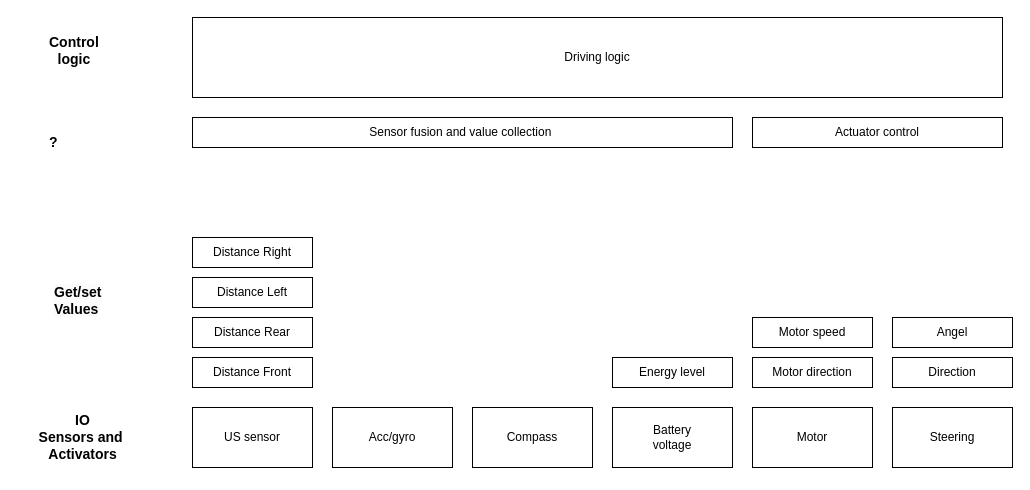
Earlier version of the draw.io diagram page "Layers" (1 of 3) of doc/atmt-architecture.drawio (teddycool/atmt). Source tidied: cells renumbered, new cells numbered last; positions are measured from the earlier drawing's top-left corner, leaving out a move shared by most shapes. Both pictures are drawn from the tidied source at 100%, with x=0, y=0 at pixel (27, 17).
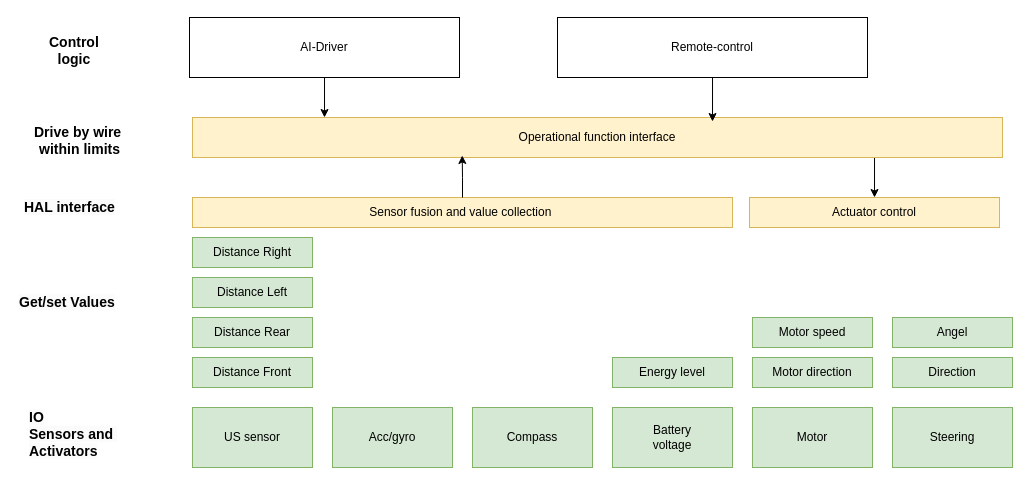
The same diagram, later.

Change to the diagram source:
```diff
@@
-    <mxCell id="2" value="US sensor" style="rounded=0;whiteSpace=wrap;html=1;" parent="1" vertex="1">
+    <mxCell id="2" value="US sensor" style="rounded=0;whiteSpace=wrap;html=1;fillColor=#d5e8d4;strokeColor=#82b366;" parent="1" vertex="1">
       <mxGeometry x="165" y="390" width="120" height="60" as="geometry" />
     </mxCell>
-    <mxCell id="3" value="&lt;b style=&quot;font-size: 14px;&quot;&gt;IO&lt;br&gt;Sensors and&amp;nbsp;&lt;br&gt;Activators&lt;/b&gt;" style="text;html=1;align=center;verticalAlign=middle;strokeColor=none;fillColor=none;" parent="1" vertex="1">
-      <mxGeometry y="390" width="110" height="60" as="geometry" />
-    </mxCell>
-    <mxCell id="4" value="&lt;b style=&quot;forced-color-adjust: none; color: rgb(0, 0, 0); font-family: Helvetica; font-style: normal; font-variant-ligatures: normal; font-variant-caps: normal; letter-spacing: normal; orphans: 2; text-align: center; text-indent: 0px; text-transform: none; widows: 2; word-spacing: 0px; -webkit-text-stroke-width: 0px; white-space: nowrap; background-color: rgb(251, 251, 251); text-decoration-thickness: initial; text-decoration-style: initial; text-decoration-color: initial; font-size: 14px;&quot;&gt;Get/set &lt;br&gt;Values&lt;/b&gt;" style="text;whiteSpace=wrap;html=1;" parent="1" vertex="1">
-      <mxGeometry x="25" y="260" width="90" height="40" as="geometry" />
-    </mxCell>
-    <mxCell id="5" value="Acc/gyro" style="rounded=0;whiteSpace=wrap;html=1;" parent="1" vertex="1">
+    <mxCell id="5" value="Acc/gyro" style="rounded=0;whiteSpace=wrap;html=1;fillColor=#d5e8d4;strokeColor=#82b366;" parent="1" vertex="1">
       <mxGeometry x="305" y="390" width="120" height="60" as="geometry" />
     </mxCell>
-    <mxCell id="6" value="Compass" style="rounded=0;whiteSpace=wrap;html=1;" parent="1" vertex="1">
+    <mxCell id="6" value="Compass" style="rounded=0;whiteSpace=wrap;html=1;fillColor=#d5e8d4;strokeColor=#82b366;" parent="1" vertex="1">
       <mxGeometry x="445" y="390" width="120" height="60" as="geometry" />
     </mxCell>
-    <mxCell id="7" value="Battery&lt;br&gt;voltage" style="rounded=0;whiteSpace=wrap;html=1;" parent="1" vertex="1">
+    <mxCell id="7" value="Battery&lt;br&gt;voltage" style="rounded=0;whiteSpace=wrap;html=1;fillColor=#d5e8d4;strokeColor=#82b366;" parent="1" vertex="1">
       <mxGeometry x="585" y="390" width="120" height="60" as="geometry" />
     </mxCell>
-    <mxCell id="8" style="edgeStyle=orthogonalEdgeStyle;rounded=0;jettySize=auto;html=1;exitX=0.5;exitY=0;exitDx=0;exitDy=0;" parent="1" edge="1" source="9">
+    <mxCell id="8" style="edgeStyle=orthogonalEdgeStyle;rounded=0;jettySize=auto;html=1;exitX=0.5;exitY=0;exitDx=0;exitDy=0;fillColor=#d5e8d4;strokeColor=#82b366;" parent="1" edge="1" source="9">
       <mxGeometry relative="1" as="geometry">
         <mxPoint x="225" y="220" as="targetPoint" />
       </mxGeometry>
     </mxCell>
-    <mxCell id="9" value="Distance Right" style="rounded=0;whiteSpace=wrap;html=1;" parent="1" vertex="1">
+    <mxCell id="9" value="Distance Right" style="rounded=0;whiteSpace=wrap;html=1;fillColor=#d5e8d4;strokeColor=#82b366;" parent="1" vertex="1">
       <mxGeometry x="165" y="220" width="120" height="30" as="geometry" />
     </mxCell>
-    <mxCell id="10" value="Motor" style="rounded=0;whiteSpace=wrap;html=1;" parent="1" vertex="1">
+    <mxCell id="10" value="Motor" style="rounded=0;whiteSpace=wrap;html=1;fillColor=#d5e8d4;strokeColor=#82b366;" parent="1" vertex="1">
       <mxGeometry x="725" y="390" width="120" height="60" as="geometry" />
     </mxCell>
-    <mxCell id="11" value="Steering" style="rounded=0;whiteSpace=wrap;html=1;" parent="1" vertex="1">
+    <mxCell id="11" value="Steering" style="rounded=0;whiteSpace=wrap;html=1;fillColor=#d5e8d4;strokeColor=#82b366;" parent="1" vertex="1">
       <mxGeometry x="865" y="390" width="120" height="60" as="geometry" />
     </mxCell>
-    <mxCell id="12" value="&lt;div style=&quot;text-align: center;&quot;&gt;&lt;span style=&quot;background-color: initial; font-size: 14px; text-wrap: nowrap;&quot;&gt;&lt;b&gt;?&lt;/b&gt;&lt;/span&gt;&lt;/div&gt;" style="text;whiteSpace=wrap;html=1;" parent="1" vertex="1">
-      <mxGeometry x="20" y="110" width="90" height="40" as="geometry" />
+    <mxCell id="12" value="&lt;div style=&quot;text-align: center;&quot;&gt;&lt;span style=&quot;background-color: initial; font-size: 14px; text-wrap: nowrap;&quot;&gt;&lt;b&gt;Drive by wire&lt;br&gt;&amp;nbsp;within limits&lt;/b&gt;&lt;/span&gt;&lt;/div&gt;" style="text;whiteSpace=wrap;html=1;" parent="1" vertex="1">
+      <mxGeometry x="5" y="100" width="90" height="40" as="geometry" />
     </mxCell>
-    <mxCell id="13" value="Distance Left" style="rounded=0;whiteSpace=wrap;html=1;" parent="1" vertex="1">
+    <mxCell id="13" value="Distance Left" style="rounded=0;whiteSpace=wrap;html=1;fillColor=#d5e8d4;strokeColor=#82b366;" parent="1" vertex="1">
       <mxGeometry x="165" y="260" width="120" height="30" as="geometry" />
     </mxCell>
-    <mxCell id="14" value="Distance Rear" style="rounded=0;whiteSpace=wrap;html=1;" parent="1" vertex="1">
+    <mxCell id="14" value="Distance Rear" style="rounded=0;whiteSpace=wrap;html=1;fillColor=#d5e8d4;strokeColor=#82b366;" parent="1" vertex="1">
       <mxGeometry x="165" y="300" width="120" height="30" as="geometry" />
     </mxCell>
-    <mxCell id="15" value="Distance Front" style="rounded=0;whiteSpace=wrap;html=1;" parent="1" vertex="1">
+    <mxCell id="15" value="Distance Front" style="rounded=0;whiteSpace=wrap;html=1;fillColor=#d5e8d4;strokeColor=#82b366;" parent="1" vertex="1">
       <mxGeometry x="165" y="340" width="120" height="30" as="geometry" />
     </mxCell>
-    <mxCell id="16" value="Motor speed" style="rounded=0;whiteSpace=wrap;html=1;" parent="1" vertex="1">
+    <mxCell id="16" value="Motor speed" style="rounded=0;whiteSpace=wrap;html=1;fillColor=#d5e8d4;strokeColor=#82b366;" parent="1" vertex="1">
       <mxGeometry x="725" y="300" width="120" height="30" as="geometry" />
     </mxCell>
-    <mxCell id="17" value="Motor direction" style="rounded=0;whiteSpace=wrap;html=1;" parent="1" vertex="1">
+    <mxCell id="17" value="Motor direction" style="rounded=0;whiteSpace=wrap;html=1;fillColor=#d5e8d4;strokeColor=#82b366;" parent="1" vertex="1">
       <mxGeometry x="725" y="340" width="120" height="30" as="geometry" />
     </mxCell>
-    <mxCell id="18" value="Direction" style="rounded=0;whiteSpace=wrap;html=1;" parent="1" vertex="1">
+    <mxCell id="18" value="Direction" style="rounded=0;whiteSpace=wrap;html=1;fillColor=#d5e8d4;strokeColor=#82b366;" parent="1" vertex="1">
       <mxGeometry x="865" y="340" width="120" height="30" as="geometry" />
     </mxCell>
-    <mxCell id="19" value="Angel" style="rounded=0;whiteSpace=wrap;html=1;" parent="1" vertex="1">
+    <mxCell id="19" value="Angel" style="rounded=0;whiteSpace=wrap;html=1;fillColor=#d5e8d4;strokeColor=#82b366;" parent="1" vertex="1">
       <mxGeometry x="865" y="300" width="120" height="30" as="geometry" />
     </mxCell>
-    <mxCell id="20" value="Energy level" style="rounded=0;whiteSpace=wrap;html=1;" parent="1" vertex="1">
+    <mxCell id="20" value="Energy level" style="rounded=0;whiteSpace=wrap;html=1;fillColor=#d5e8d4;strokeColor=#82b366;" parent="1" vertex="1">
       <mxGeometry x="585" y="340" width="120" height="30" as="geometry" />
     </mxCell>
@@
-    <mxCell id="22" value="Sensor fusion and value collection&amp;nbsp;" style="rounded=0;whiteSpace=wrap;html=1;" parent="1" vertex="1">
-      <mxGeometry x="165" y="100" width="540" height="30" as="geometry" />
+    <mxCell id="22" value="Sensor fusion and value collection&amp;nbsp;" style="rounded=0;whiteSpace=wrap;html=1;fillColor=#fff2cc;strokeColor=#d6b656;" parent="1" vertex="1">
+      <mxGeometry x="165" y="180" width="540" height="30" as="geometry" />
     </mxCell>
-    <mxCell id="23" value="Actuator control" style="rounded=0;whiteSpace=wrap;html=1;" parent="1" vertex="1">
-      <mxGeometry x="725" y="100" width="250" height="30" as="geometry" />
+    <mxCell id="23" value="Actuator control" style="rounded=0;whiteSpace=wrap;html=1;fillColor=#fff2cc;strokeColor=#d6b656;" parent="1" vertex="1">
+      <mxGeometry x="722" y="180" width="250" height="30" as="geometry" />
     </mxCell>
+    <mxCell id="25" style="edgeStyle=orthogonalEdgeStyle;rounded=0;jettySize=auto;html=1;exitX=0.842;exitY=0.975;exitDx=0;exitDy=0;exitPerimeter=0;" parent="1" edge="1" source="24" target="23">
+      <mxGeometry relative="1" as="geometry" />
+    </mxCell>
-    <mxCell id="24" value="Driving logic" style="rounded=0;whiteSpace=wrap;html=1;" parent="1" vertex="1">
-      <mxGeometry x="165" width="810" height="80" as="geometry" />
+    <mxCell id="24" value="Operational function interface" style="rounded=0;whiteSpace=wrap;html=1;fillColor=#fff2cc;strokeColor=#d6b656;" parent="1" vertex="1">
+      <mxGeometry x="165" y="100" width="810" height="40" as="geometry" />
     </mxCell>
+    <mxCell id="26" value="AI-Driver" style="rounded=0;whiteSpace=wrap;html=1;" parent="1" vertex="1">
+      <mxGeometry x="162" width="270" height="60" as="geometry" />
+    </mxCell>
+    <mxCell id="27" value="Remote-control" style="rounded=0;whiteSpace=wrap;html=1;" parent="1" vertex="1">
+      <mxGeometry x="530" width="310" height="60" as="geometry" />
+    </mxCell>
+    <mxCell id="28" style="edgeStyle=orthogonalEdgeStyle;rounded=0;jettySize=auto;html=1;entryX=0.163;entryY=0;entryDx=0;entryDy=0;entryPerimeter=0;" parent="1" edge="1" source="26" target="24">
+      <mxGeometry relative="1" as="geometry" />
+    </mxCell>
+    <mxCell id="29" style="edgeStyle=orthogonalEdgeStyle;rounded=0;jettySize=auto;html=1;entryX=0.642;entryY=0.1;entryDx=0;entryDy=0;entryPerimeter=0;" parent="1" edge="1" source="27" target="24">
+      <mxGeometry relative="1" as="geometry" />
+    </mxCell>
+    <mxCell id="3" value="&lt;b style=&quot;forced-color-adjust: none; color: rgb(0, 0, 0); font-family: Helvetica; font-style: normal; font-variant-ligatures: normal; font-variant-caps: normal; letter-spacing: normal; orphans: 2; text-align: center; text-indent: 0px; text-transform: none; widows: 2; word-spacing: 0px; -webkit-text-stroke-width: 0px; white-space: nowrap; background-color: rgb(251, 251, 251); text-decoration-thickness: initial; text-decoration-style: initial; text-decoration-color: initial; font-size: 14px;&quot;&gt;IO&lt;br style=&quot;forced-color-adjust: none;&quot;&gt;Sensors and&amp;nbsp;&lt;br style=&quot;forced-color-adjust: none;&quot;&gt;Activators&lt;/b&gt;" style="text;whiteSpace=wrap;html=1;" parent="1" vertex="1">
+      <mxGeometry y="385" width="120" height="70" as="geometry" />
+    </mxCell>
+    <mxCell id="4" value="&lt;b style=&quot;forced-color-adjust: none; color: light-dark(rgb(0, 0, 0), rgb(0, 0, 0)); font-family: Helvetica; font-style: normal; font-variant-ligatures: normal; font-variant-caps: normal; letter-spacing: normal; orphans: 2; text-indent: 0px; text-transform: none; widows: 2; word-spacing: 0px; -webkit-text-stroke-width: 0px; white-space: nowrap; background-color: rgb(251, 251, 251); text-decoration-thickness: initial; text-decoration-style: initial; text-decoration-color: initial; text-align: center; font-size: 14px;&quot;&gt;Get/set&amp;nbsp;Values&lt;/b&gt;" style="text;whiteSpace=wrap;html=1;" parent="1" vertex="1">
+      <mxGeometry x="-10" y="270" width="130" height="40" as="geometry" />
+    </mxCell>
+    <mxCell id="30" value="&lt;b style=&quot;forced-color-adjust: none; color: light-dark(rgb(0, 0, 0), rgb(0, 0, 0)); font-family: Helvetica; font-style: normal; font-variant-ligatures: normal; font-variant-caps: normal; letter-spacing: normal; orphans: 2; text-indent: 0px; text-transform: none; widows: 2; word-spacing: 0px; -webkit-text-stroke-width: 0px; white-space: nowrap; background-color: rgb(251, 251, 251); text-decoration-thickness: initial; text-decoration-style: initial; text-decoration-color: initial; text-align: center; font-size: 14px;&quot;&gt;HAL interface&lt;/b&gt;" style="text;whiteSpace=wrap;html=1;" parent="1" vertex="1">
+      <mxGeometry x="-5" y="175" width="130" height="40" as="geometry" />
+    </mxCell>
+    <mxCell id="31" style="edgeStyle=orthogonalEdgeStyle;rounded=0;jettySize=auto;html=1;entryX=0.333;entryY=0.95;entryDx=0;entryDy=0;entryPerimeter=0;" parent="1" edge="1" source="22" target="24">
+      <mxGeometry relative="1" as="geometry" />
+    </mxCell>
```
